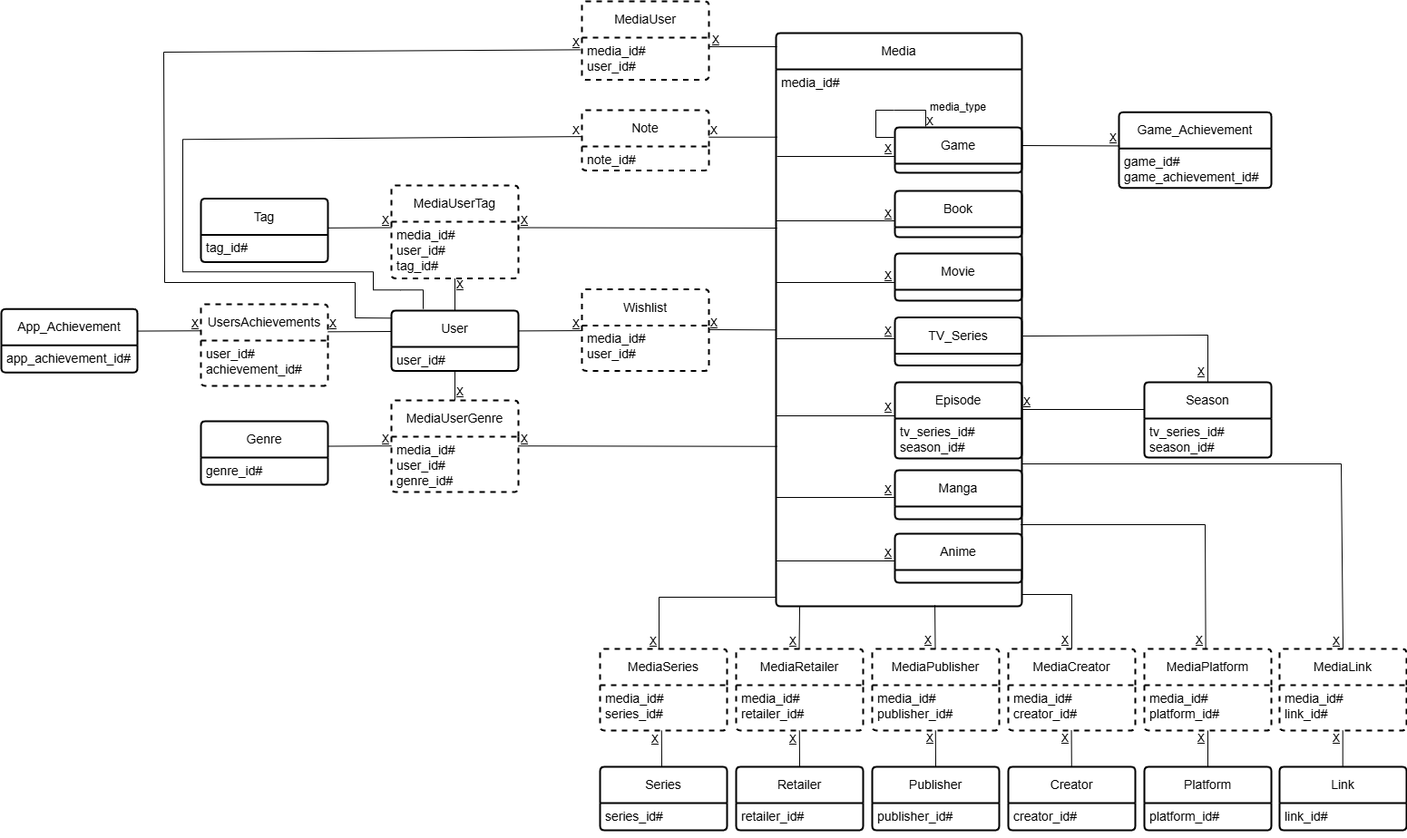
Before: images/diagram1.png, a diagram exported from draw.io (unibuc-cs/software-engineering-product-panic-driven-development). Source tidied: cells renumbered, new cells last; positions are measured from the earlier drawing's top-left corner, leaving out a move shared by most shapes.
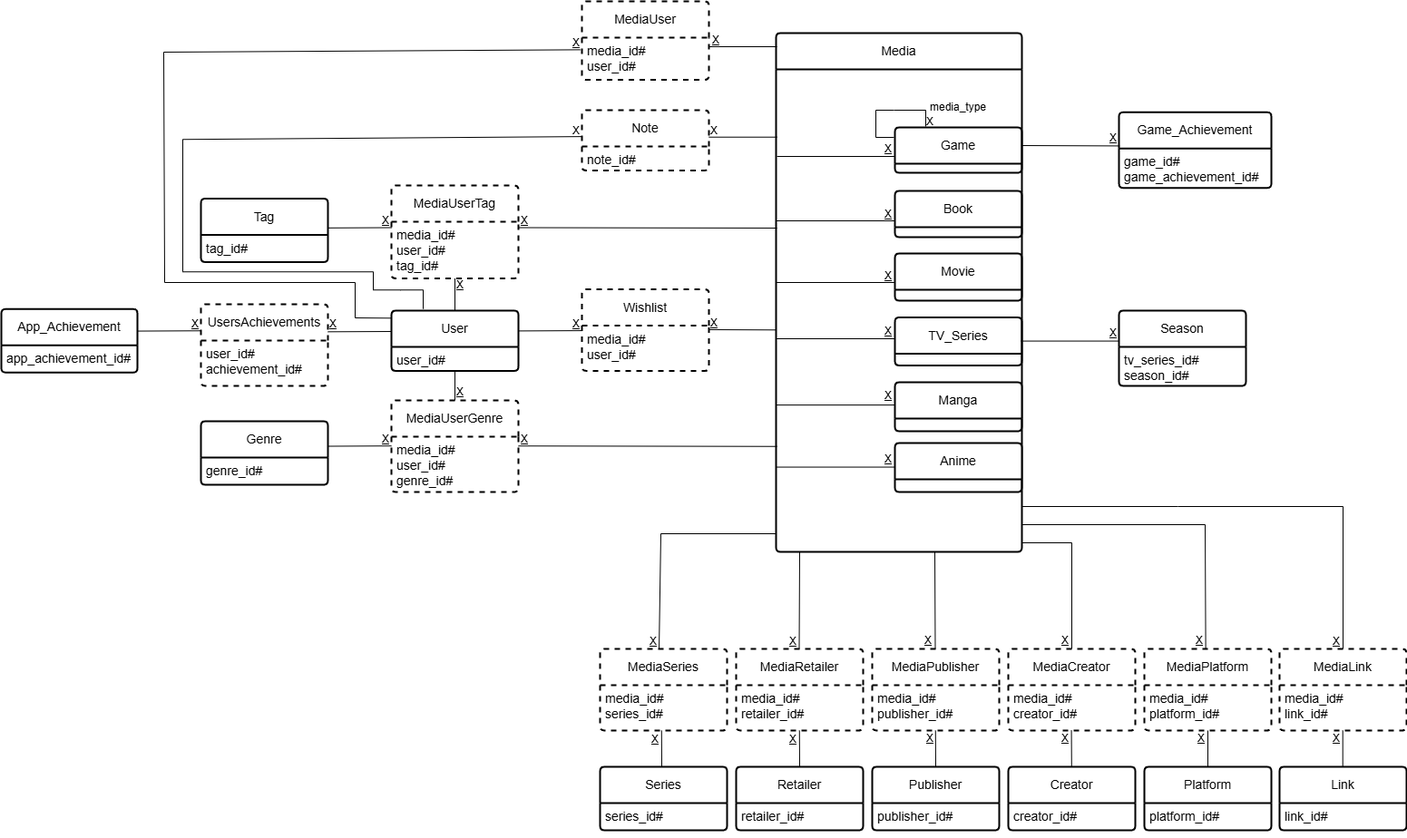
The same file after the commit.

Diff of the diagram source:
```diff
@@ -39,7 +39,7 @@
       </mxGeometry>
     </mxCell>
     <mxCell id="10" value="Season" style="swimlane;horizontal=1;startSize=40;rounded=1;fontSize=14;fontStyle=0;strokeWidth=2;shadow=0;dashed=0;align=center;arcSize=4;whiteSpace=wrap;html=1;fontFamily=Helvetica;" parent="1" vertex="1">
-      <mxGeometry x="1260" y="420" width="140" height="83" as="geometry" />
+      <mxGeometry x="1232" y="341" width="140" height="83" as="geometry" />
     </mxCell>
     <mxCell id="11" value="&lt;div&gt;&lt;span style=&quot;font-size: 14px;&quot;&gt;tv_series_id#&lt;/span&gt;&lt;span style=&quot;font-size: 14px;&quot;&gt;&lt;br&gt;&lt;/span&gt;&lt;/div&gt;&lt;span style=&quot;font-size: 14px;&quot;&gt;season_id#&lt;/span&gt;" style="align=left;strokeColor=none;fillColor=none;spacingLeft=4;fontSize=12;verticalAlign=top;html=1;rounded=1;" parent="10" vertex="1">
       <mxGeometry y="40" width="140" height="43" as="geometry" />
@@ -47,15 +47,6 @@
     <mxCell id="12" style="edgeStyle=orthogonalEdgeStyle;rounded=1;orthogonalLoop=1;jettySize=auto;html=1;exitX=0.5;exitY=1;exitDx=0;exitDy=0;" parent="10" edge="1" source="11" target="11">
       <mxGeometry relative="1" as="geometry" />
     </mxCell>
-    <mxCell id="13" value="Episode" style="swimlane;horizontal=1;startSize=40;rounded=1;fontSize=14;fontStyle=0;strokeWidth=2;shadow=0;dashed=0;align=center;arcSize=4;whiteSpace=wrap;html=1;fontFamily=Helvetica;" parent="1" vertex="1">
-      <mxGeometry x="985" y="420" width="140" height="84" as="geometry" />
-    </mxCell>
-    <mxCell id="14" value="&lt;div&gt;&lt;span style=&quot;font-size: 14px; background-color: initial;&quot;&gt;tv_series_id#&lt;/span&gt;&lt;/div&gt;&lt;div&gt;&lt;span style=&quot;font-size: 14px; background-color: initial;&quot;&gt;season_id#&lt;/span&gt;&lt;br&gt;&lt;/div&gt;" style="align=left;strokeColor=none;fillColor=none;spacingLeft=4;fontSize=12;verticalAlign=top;html=1;rounded=1;" parent="13" vertex="1">
-      <mxGeometry y="40" width="140" height="44" as="geometry" />
-    </mxCell>
-    <mxCell id="15" style="edgeStyle=orthogonalEdgeStyle;rounded=1;orthogonalLoop=1;jettySize=auto;html=1;exitX=0.5;exitY=1;exitDx=0;exitDy=0;" parent="13" edge="1" source="14" target="14">
-      <mxGeometry relative="1" as="geometry" />
-    </mxCell>
     <mxCell id="16" value="Genre" style="swimlane;horizontal=1;startSize=40;rounded=1;fontSize=14;fontStyle=0;strokeWidth=2;shadow=0;dashed=0;align=center;arcSize=4;whiteSpace=wrap;html=1;fontFamily=Helvetica;" parent="1" vertex="1">
       <mxGeometry x="220" y="463" width="140" height="70" as="geometry" />
     </mxCell>
@@ -211,9 +202,10 @@
         </Array>
       </mxGeometry>
     </mxCell>
-    <mxCell id="62" style="endArrow=none;html=1;rounded=0;exitX=0.5;exitY=0;exitDx=0;exitDy=0;entryX=0.096;entryY=1.001;entryDx=0;entryDy=0;entryPerimeter=0;" parent="1" edge="1" target="102">
+    <mxCell id="62" style="endArrow=none;html=1;rounded=0;exitX=0.5;exitY=0;exitDx=0;exitDy=0;" parent="1" edge="1">
       <mxGeometry relative="1" as="geometry">
         <mxPoint x="879.5" y="714" as="sourcePoint" />
+        <mxPoint x="880" y="607" as="targetPoint" />
       </mxGeometry>
     </mxCell>
     <mxCell id="63" value="MediaRetailer" style="swimlane;horizontal=1;startSize=40;rounded=1;fontSize=14;fontStyle=0;strokeWidth=2;shadow=0;dashed=1;align=center;arcSize=4;whiteSpace=wrap;html=1;fontFamily=Helvetica;" parent="1" vertex="1">
@@ -231,9 +223,10 @@
         <mxPoint x="879.8" y="804" as="targetPoint" />
       </mxGeometry>
     </mxCell>
-    <mxCell id="67" style="endArrow=none;html=1;rounded=0;exitX=0.5;exitY=0;exitDx=0;exitDy=0;entryX=0.646;entryY=0.998;entryDx=0;entryDy=0;entryPerimeter=0;" parent="1" edge="1" target="102">
+    <mxCell id="67" style="endArrow=none;html=1;rounded=0;exitX=0.5;exitY=0;exitDx=0;exitDy=0;" parent="1" edge="1">
       <mxGeometry relative="1" as="geometry">
         <mxPoint x="1029.5" y="714" as="sourcePoint" />
+        <mxPoint x="1029" y="607" as="targetPoint" />
       </mxGeometry>
     </mxCell>
     <mxCell id="68" value="MediaPublisher" style="swimlane;horizontal=1;startSize=40;rounded=1;fontSize=14;fontStyle=0;strokeWidth=2;shadow=0;dashed=1;align=center;arcSize=4;whiteSpace=wrap;html=1;fontFamily=Helvetica;" parent="1" vertex="1">
@@ -253,10 +246,10 @@
     </mxCell>
     <mxCell id="72" style="endArrow=none;html=1;rounded=0;entryX=0.5;entryY=0;entryDx=0;entryDy=0;" parent="1" edge="1">
       <mxGeometry relative="1" as="geometry">
-        <mxPoint x="1125" y="654" as="sourcePoint" />
+        <mxPoint x="1125" y="597" as="sourcePoint" />
         <mxPoint x="1180" y="714" as="targetPoint" />
         <Array as="points">
-          <mxPoint x="1180" y="654" />
+          <mxPoint x="1180" y="597" />
         </Array>
       </mxGeometry>
     </mxCell>
@@ -277,7 +270,7 @@
     </mxCell>
     <mxCell id="77" style="endArrow=none;html=1;rounded=0;entryX=0.483;entryY=0.017;entryDx=0;entryDy=0;entryPerimeter=0;" parent="1" edge="1" target="78">
       <mxGeometry relative="1" as="geometry">
-        <mxPoint x="1123.5" y="577" as="sourcePoint" />
+        <mxPoint x="1125" y="577" as="sourcePoint" />
         <Array as="points">
           <mxPoint x="1225.5" y="577" />
           <mxPoint x="1327" y="577" />
@@ -296,19 +289,6 @@
     <mxCell id="81" style="endArrow=none;html=1;rounded=0;exitX=0.5;exitY=0;exitDx=0;exitDy=0;entryX=0.5;entryY=1;entryDx=0;entryDy=0;" parent="1" edge="1" source="40" target="79">
       <mxGeometry relative="1" as="geometry" />
     </mxCell>
-    <mxCell id="82" style="endArrow=none;html=1;rounded=0;entryX=0.5;entryY=0;entryDx=0;entryDy=0;exitX=1.007;exitY=0.388;exitDx=0;exitDy=0;exitPerimeter=0;" parent="1" edge="1" source="8" target="10">
-      <mxGeometry relative="1" as="geometry">
-        <Array as="points">
-          <mxPoint x="1330" y="368" />
-        </Array>
-      </mxGeometry>
-    </mxCell>
-    <mxCell id="83" style="endArrow=none;html=1;rounded=0;" parent="1" edge="1">
-      <mxGeometry relative="1" as="geometry">
-        <mxPoint x="1125" y="450" as="sourcePoint" />
-        <mxPoint x="1260" y="450" as="targetPoint" />
-      </mxGeometry>
-    </mxCell>
     <mxCell id="84" style="endArrow=none;html=1;rounded=0;entryX=0.004;entryY=0.445;entryDx=0;entryDy=0;entryPerimeter=0;" parent="1" edge="1" target="25">
       <mxGeometry relative="1" as="geometry">
         <mxPoint x="1125" y="159" as="sourcePoint" />
@@ -353,23 +333,17 @@
     <mxCell id="97" value="&lt;u&gt;X&lt;/u&gt;" style="text;html=1;align=center;verticalAlign=middle;whiteSpace=wrap;rounded=0;" parent="1" vertex="1">
       <mxGeometry x="1313" y="798" width="20" height="30" as="geometry" />
     </mxCell>
-    <mxCell id="98" value="&lt;u&gt;X&lt;/u&gt;" style="text;html=1;align=center;verticalAlign=middle;whiteSpace=wrap;rounded=0;" parent="1" vertex="1">
-      <mxGeometry x="1313" y="394" width="20" height="30" as="geometry" />
-    </mxCell>
-    <mxCell id="99" value="&lt;u&gt;X&lt;/u&gt;" style="text;html=1;align=center;verticalAlign=middle;whiteSpace=wrap;rounded=0;" parent="1" vertex="1">
-      <mxGeometry x="1121" y="427" width="20" height="30" as="geometry" />
-    </mxCell>
     <mxCell id="100" value="media_type" style="text;html=1;align=center;verticalAlign=middle;whiteSpace=wrap;rounded=0;" parent="1" vertex="1">
       <mxGeometry x="1025" y="102" width="60" height="30" as="geometry" />
     </mxCell>
     <mxCell id="101" value="Media" style="swimlane;horizontal=1;startSize=40;rounded=1;fontSize=14;fontStyle=0;strokeWidth=2;shadow=0;dashed=0;align=center;arcSize=4;whiteSpace=wrap;html=1;fontFamily=Helvetica;" parent="1" vertex="1">
-      <mxGeometry x="854" y="35" width="271" height="632" as="geometry" />
+      <mxGeometry x="854" y="35" width="271" height="572" as="geometry" />
     </mxCell>
-    <mxCell id="102" value="&lt;div&gt;&lt;span style=&quot;font-size: 14px;&quot;&gt;media_id#&lt;/span&gt;&lt;/div&gt;" style="align=left;strokeColor=none;fillColor=none;spacingLeft=4;fontSize=12;verticalAlign=top;html=1;rounded=1;" parent="101" vertex="1">
-      <mxGeometry y="40" width="271" height="592" as="geometry" />
-    </mxCell>
-    <mxCell id="103" style="edgeStyle=orthogonalEdgeStyle;rounded=1;orthogonalLoop=1;jettySize=auto;html=1;exitX=0.5;exitY=1;exitDx=0;exitDy=0;" parent="101" edge="1" source="102" target="102">
-      <mxGeometry relative="1" as="geometry" />
+    <mxCell id="103" style="edgeStyle=orthogonalEdgeStyle;rounded=1;orthogonalLoop=1;jettySize=auto;html=1;exitX=0.5;exitY=1;exitDx=0;exitDy=0;" parent="101" edge="1">
+      <mxGeometry relative="1" as="geometry">
+        <mxPoint x="135.5" y="632" as="sourcePoint" />
+        <mxPoint x="135.5" y="632" as="targetPoint" />
+      </mxGeometry>
     </mxCell>
     <mxCell id="104" style="endArrow=none;html=1;rounded=0;" parent="1" edge="1">
       <mxGeometry relative="1" as="geometry">
@@ -395,12 +369,6 @@
         <mxPoint x="985" y="372" as="targetPoint" />
       </mxGeometry>
     </mxCell>
-    <mxCell id="108" style="endArrow=none;html=1;rounded=0;" parent="1" edge="1">
-      <mxGeometry relative="1" as="geometry">
-        <mxPoint x="854" y="457" as="sourcePoint" />
-        <mxPoint x="985" y="457" as="targetPoint" />
-      </mxGeometry>
-    </mxCell>
     <mxCell id="109" value="&lt;u&gt;X&lt;/u&gt;" style="text;html=1;align=center;verticalAlign=middle;whiteSpace=wrap;rounded=0;" parent="1" vertex="1">
       <mxGeometry x="968" y="148" width="20" height="30" as="geometry" />
     </mxCell>
@@ -413,9 +381,6 @@
     <mxCell id="112" value="&lt;u&gt;X&lt;/u&gt;" style="text;html=1;align=center;verticalAlign=middle;whiteSpace=wrap;rounded=0;" parent="1" vertex="1">
       <mxGeometry x="968" y="348.5" width="20" height="30" as="geometry" />
     </mxCell>
-    <mxCell id="113" value="&lt;u&gt;X&lt;/u&gt;" style="text;html=1;align=center;verticalAlign=middle;whiteSpace=wrap;rounded=0;" parent="1" vertex="1">
-      <mxGeometry x="968" y="433" width="20" height="30" as="geometry" />
-    </mxCell>
     <mxCell id="114" value="&lt;u&gt;X&lt;/u&gt;" style="text;html=1;align=center;verticalAlign=middle;whiteSpace=wrap;rounded=0;" parent="1" vertex="1">
       <mxGeometry x="1216" y="136" width="20" height="30" as="geometry" />
     </mxCell>
@@ -445,9 +410,10 @@
     </mxCell>
     <mxCell id="122" style="endArrow=none;html=1;rounded=0;entryX=0.5;entryY=0;entryDx=0;entryDy=0;" parent="1" edge="1" target="115">
       <mxGeometry relative="1" as="geometry">
-        <mxPoint x="1125" y="510" as="sourcePoint" />
+        <mxPoint x="1125" y="557" as="sourcePoint" />
         <Array as="points">
-          <mxPoint x="1477" y="510" />
+          <mxPoint x="1297" y="557" />
+          <mxPoint x="1479" y="557" />
         </Array>
       </mxGeometry>
     </mxCell>
@@ -574,7 +540,7 @@
       </mxGeometry>
     </mxCell>
     <mxCell id="149" value="Manga" style="swimlane;horizontal=1;startSize=40;rounded=1;fontSize=14;fontStyle=0;strokeWidth=2;shadow=0;dashed=0;align=center;arcSize=4;whiteSpace=wrap;html=1;fontFamily=Helvetica;" parent="1" vertex="1">
-      <mxGeometry x="985" y="517" width="140" height="54" as="geometry" />
+      <mxGeometry x="985" y="420" width="140" height="54" as="geometry" />
     </mxCell>
     <mxCell id="150" value="&lt;span style=&quot;font-size: 14px;&quot;&gt;&lt;br&gt;&lt;/span&gt;" style="align=left;strokeColor=none;fillColor=none;spacingLeft=4;fontSize=12;verticalAlign=top;html=1;rounded=1;" parent="149" vertex="1">
       <mxGeometry y="40" width="140" height="14" as="geometry" />
@@ -583,7 +549,7 @@
       <mxGeometry relative="1" as="geometry" />
     </mxCell>
     <mxCell id="152" value="Anime" style="swimlane;horizontal=1;startSize=40;rounded=1;fontSize=14;fontStyle=0;strokeWidth=2;shadow=0;dashed=0;align=center;arcSize=4;whiteSpace=wrap;html=1;fontFamily=Helvetica;" parent="1" vertex="1">
-      <mxGeometry x="985" y="587" width="140" height="54" as="geometry" />
+      <mxGeometry x="985" y="487" width="140" height="54" as="geometry" />
     </mxCell>
     <mxCell id="153" value="&lt;span style=&quot;font-size: 14px;&quot;&gt;&lt;br&gt;&lt;/span&gt;" style="align=left;strokeColor=none;fillColor=none;spacingLeft=4;fontSize=12;verticalAlign=top;html=1;rounded=1;" parent="152" vertex="1">
       <mxGeometry y="40" width="140" height="14" as="geometry" />
@@ -593,21 +559,21 @@
     </mxCell>
     <mxCell id="155" style="endArrow=none;html=1;rounded=0;" parent="1" edge="1">
       <mxGeometry relative="1" as="geometry">
-        <mxPoint x="854" y="547" as="sourcePoint" />
-        <mxPoint x="985" y="547" as="targetPoint" />
+        <mxPoint x="854" y="445.1" as="sourcePoint" />
+        <mxPoint x="985" y="445.1" as="targetPoint" />
       </mxGeometry>
     </mxCell>
     <mxCell id="156" value="&lt;u&gt;X&lt;/u&gt;" style="text;html=1;align=center;verticalAlign=middle;whiteSpace=wrap;rounded=0;" parent="1" vertex="1">
-      <mxGeometry x="968" y="524" width="20" height="30" as="geometry" />
+      <mxGeometry x="968" y="420" width="20" height="30" as="geometry" />
     </mxCell>
     <mxCell id="157" style="endArrow=none;html=1;rounded=0;" parent="1" edge="1">
       <mxGeometry relative="1" as="geometry">
-        <mxPoint x="854" y="617" as="sourcePoint" />
-        <mxPoint x="985" y="617" as="targetPoint" />
+        <mxPoint x="854" y="513.5" as="sourcePoint" />
+        <mxPoint x="985" y="513.5" as="targetPoint" />
       </mxGeometry>
     </mxCell>
     <mxCell id="158" value="&lt;u&gt;X&lt;/u&gt;" style="text;html=1;align=center;verticalAlign=middle;whiteSpace=wrap;rounded=0;" parent="1" vertex="1">
-      <mxGeometry x="968" y="594" width="20" height="30" as="geometry" />
+      <mxGeometry x="968" y="490" width="20" height="30" as="geometry" />
     </mxCell>
     <mxCell id="159" value="Series" style="swimlane;horizontal=1;startSize=40;rounded=1;fontSize=14;fontStyle=0;strokeWidth=2;shadow=0;dashed=0;align=center;arcSize=4;whiteSpace=wrap;html=1;fontFamily=Helvetica;" parent="1" vertex="1">
       <mxGeometry x="660" y="844" width="140" height="70" as="geometry" />
@@ -639,14 +605,23 @@
     <mxCell id="167" value="&lt;u&gt;X&lt;/u&gt;" style="text;html=1;align=center;verticalAlign=middle;whiteSpace=wrap;rounded=0;" parent="1" vertex="1">
       <mxGeometry x="711" y="799" width="20" height="30" as="geometry" />
     </mxCell>
-    <mxCell id="168" style="endArrow=none;html=1;rounded=0;" parent="1" edge="1">
-      <mxGeometry relative="1" as="geometry">
-        <mxPoint x="725" y="714" as="sourcePoint" />
-        <mxPoint x="854" y="657" as="targetPoint" />
-        <Array as="points">
-          <mxPoint x="725" y="657" />
-        </Array>
-      </mxGeometry>
-    </mxCell>
+    <mxCell id="169" style="endArrow=none;html=1;rounded=0;" parent="1" edge="1">
+      <mxGeometry relative="1" as="geometry">
+        <mxPoint x="725" y="714" as="sourcePoint" />
+        <mxPoint x="854" y="587" as="targetPoint" />
+        <Array as="points">
+          <mxPoint x="727" y="587" />
+        </Array>
+      </mxGeometry>
+    </mxCell>
+    <mxCell id="170" style="endArrow=none;html=1;rounded=0;entryX=0.004;entryY=0.445;entryDx=0;entryDy=0;entryPerimeter=0;" parent="1" edge="1">
+      <mxGeometry relative="1" as="geometry">
+        <mxPoint x="1124" y="374.6" as="sourcePoint" />
+        <mxPoint x="1232" y="374.6" as="targetPoint" />
+      </mxGeometry>
+    </mxCell>
+    <mxCell id="171" value="&lt;u&gt;X&lt;/u&gt;" style="text;html=1;align=center;verticalAlign=middle;whiteSpace=wrap;rounded=0;" parent="1" vertex="1">
+      <mxGeometry x="1216" y="351" width="20" height="30" as="geometry" />
+    </mxCell>
   </root>
 </mxGraphModel>
```
